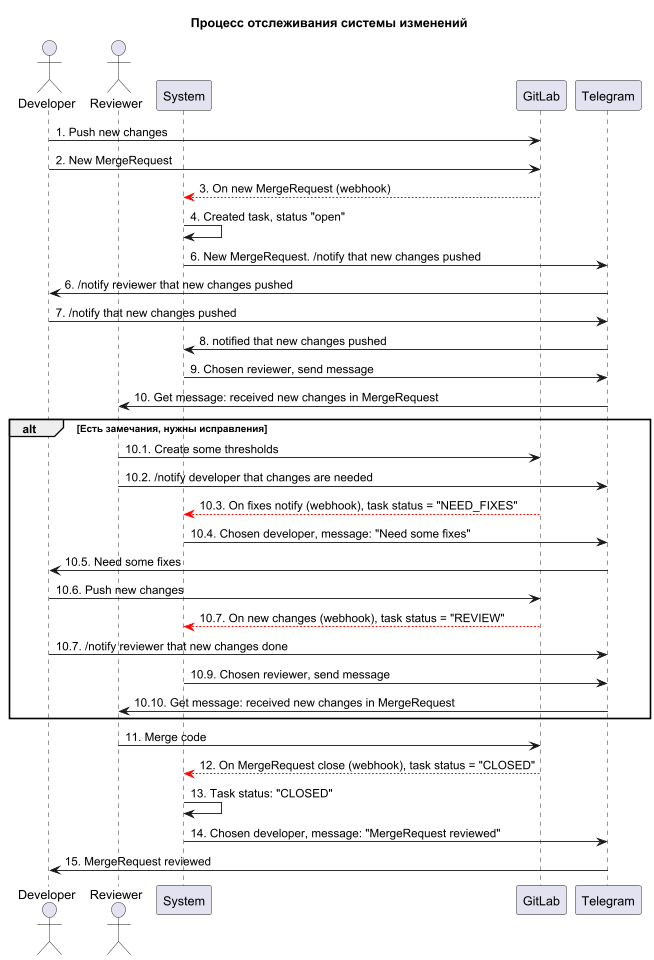
Earlier version of the PlantUML export docs/plantuml-process.png (rof1an/gitlab-notification-service).
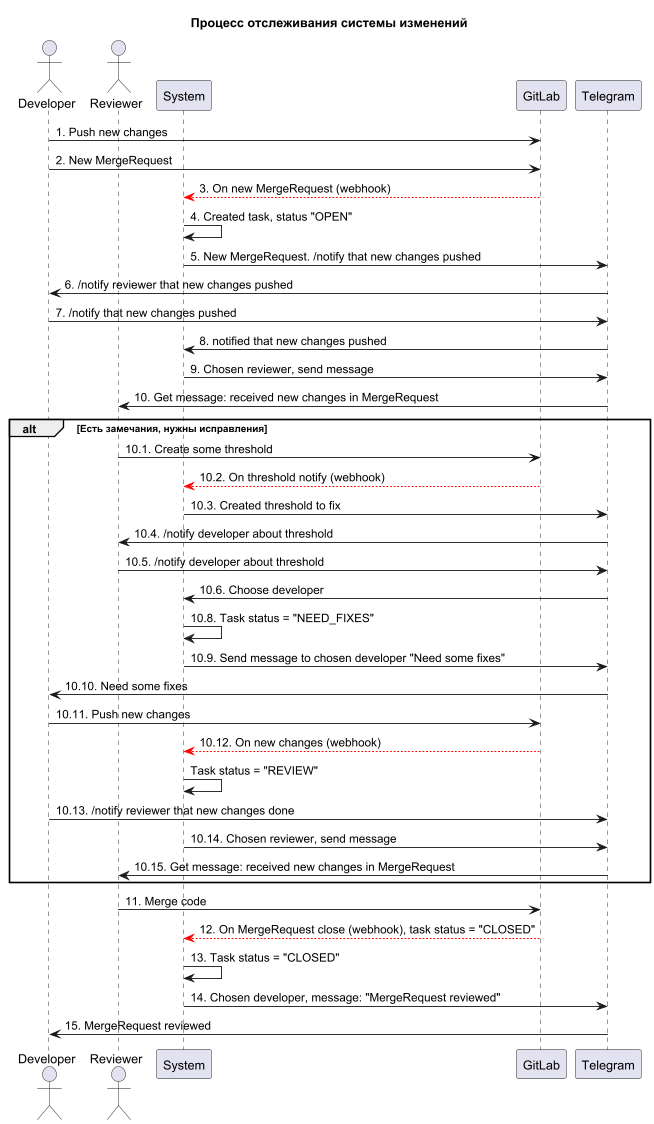
The same diagram one commit later.

Commit message:
changed process diagram

The edit, as a diff of the source:
```diff
@@ -12,8 +12,8 @@
 dev -> gl: 1. Push new changes
 dev -> gl: 2. New MergeRequest
 gl [#red]--> sys: 3. On new MergeRequest (webhook)
-sys -> sys: 4. Created task, status "open"
-sys -> tg: 6. New MergeRequest. /notify that new changes pushed
+sys -> sys: 4. Created task, status "OPEN"
+sys -> tg: 5. New MergeRequest. /notify that new changes pushed
 tg -> dev: 6. /notify reviewer that new changes pushed
 dev -> tg: 7. /notify that new changes pushed
 tg -> sys: 8. notified that new changes pushed
@@ -21,21 +21,26 @@
 tg -> rev: 10. Get message: received new changes in MergeRequest
 
 alt Есть замечания, нужны исправления
-rev -> gl: 10.1. Create some thresholds
-rev -> tg: 10.2. /notify developer that changes are needed
-gl [#red]--> sys: 10.3. On fixes notify (webhook), task status = "NEED_FIXES"
-sys -> tg: 10.4. Chosen developer, message: "Need some fixes"
-tg -> dev: 10.5. Need some fixes
-dev -> gl: 10.6. Push new changes
-gl [#red]--> sys: 10.7. On new changes (webhook), task status = "REVIEW"
-dev -> tg: 10.7. /notify reviewer that new changes done
-sys -> tg: 10.9. Chosen reviewer, send message
-tg -> rev: 10.10. Get message: received new changes in MergeRequest
+rev -> gl: 10.1. Create some threshold
+gl [#red]--> sys: 10.2. On threshold notify (webhook)
+sys -> tg: 10.3. Created threshold to fix
+tg -> rev: 10.4. /notify developer about threshold
+rev -> tg: 10.5. /notify developer about threshold
+tg -> sys: 10.6. Choose developer
+sys -> sys: 10.8. Task status = "NEED_FIXES"
+sys -> tg: 10.9. Send message to chosen developer "Need some fixes"
+tg -> dev: 10.10. Need some fixes
+dev -> gl: 10.11. Push new changes
+gl [#red]--> sys: 10.12. On new changes (webhook)
+sys -> sys: Task status = "REVIEW"
+dev -> tg: 10.13. /notify reviewer that new changes done
+sys -> tg: 10.14. Chosen reviewer, send message
+tg -> rev: 10.15. Get message: received new changes in MergeRequest
 end
 
 rev -> gl: 11. Merge code
 gl [#red]--> sys: 12. On MergeRequest close (webhook), task status = "CLOSED"
-sys -> sys: 13. Task status: "CLOSED"
+sys -> sys: 13. Task status = "CLOSED"
 sys -> tg: 14. Chosen developer, message: "MergeRequest reviewed"
 tg -> dev: 15. MergeRequest reviewed
 
```
